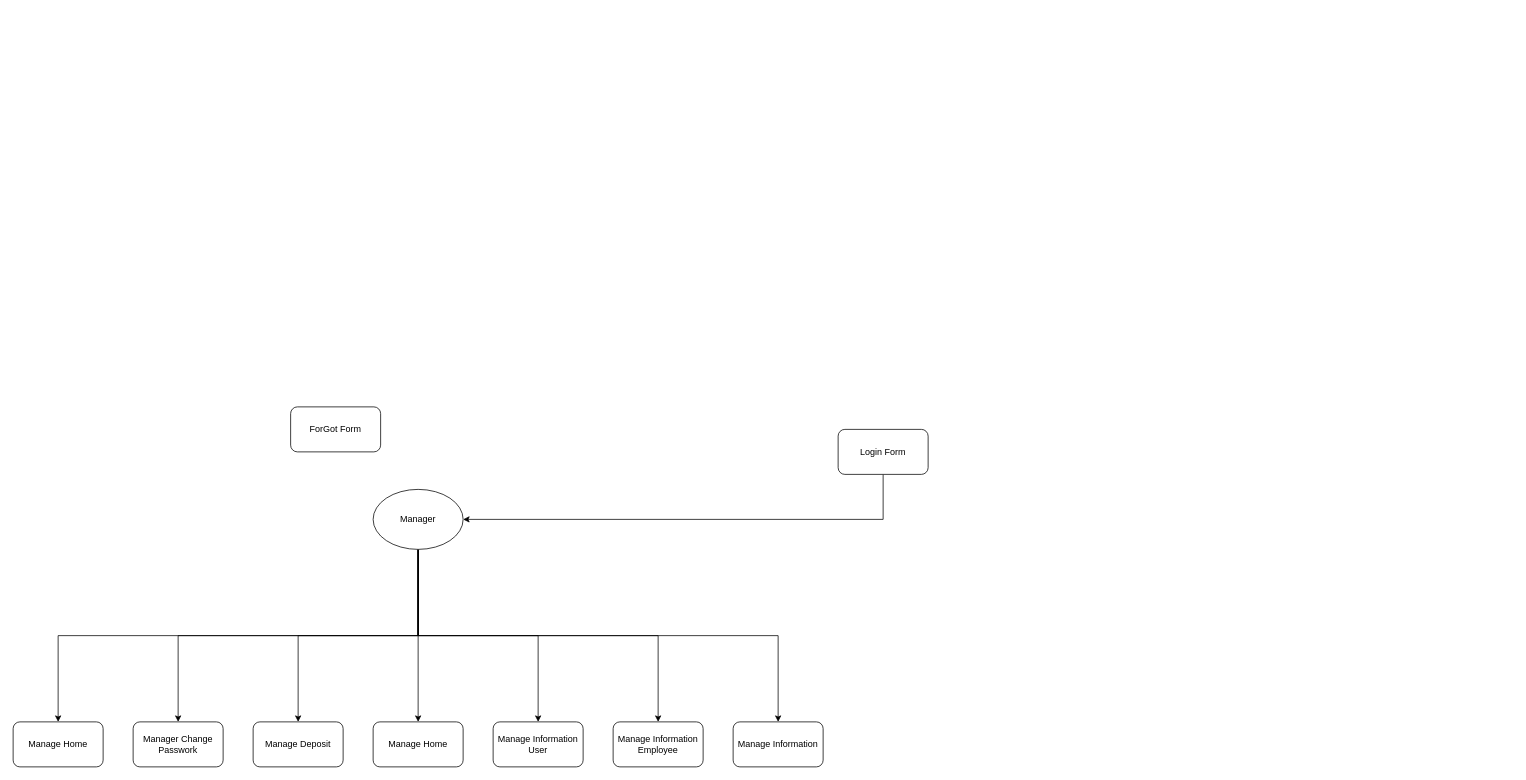
This is Winform.drawio from reality8080/iBanking, a draw.io file, before an edit. Source tidied: cells renumbered, new cells numbered last; positions are measured from the earlier drawing's top-left corner, leaving out a move shared by most shapes. Both pictures are drawn from the tidied source at 75%, with x=0, y=0 at pixel (13, 406).
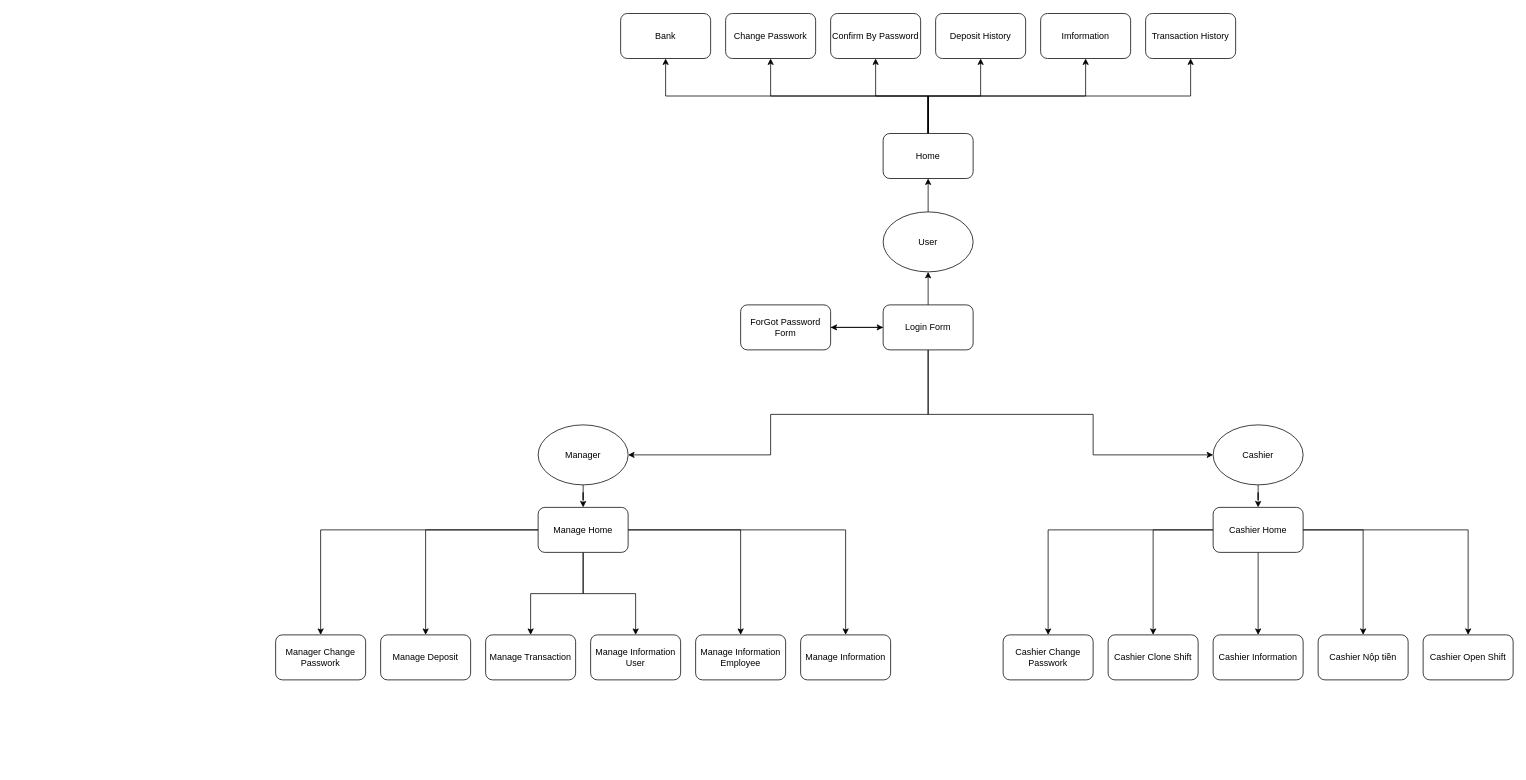
After the change.

Diff of the diagram source:
```diff
@@
     <mxCell id="2" style="edgeStyle=orthogonalEdgeStyle;rounded=0;jettySize=auto;html=1;exitX=0.5;exitY=1;exitDx=0;exitDy=0;entryX=1;entryY=0.5;entryDx=0;entryDy=0;" parent="1" edge="1" source="3" target="19">
-      <mxGeometry relative="1" as="geometry" />
+      <mxGeometry relative="1" as="geometry">
+        <Array as="points">
+          <mxPoint x="1220" y="10" />
+          <mxPoint x="1010" y="10" />
+          <mxPoint x="1010" y="64" />
+        </Array>
+      </mxGeometry>
     </mxCell>
+    <mxCell id="20" style="edgeStyle=orthogonalEdgeStyle;rounded=0;jettySize=auto;html=1;exitX=0.5;exitY=1;exitDx=0;exitDy=0;entryX=0;entryY=0.5;entryDx=0;entryDy=0;" parent="1" edge="1" source="3" target="31">
+      <mxGeometry relative="1" as="geometry">
+        <Array as="points">
+          <mxPoint x="1220" y="10" />
+          <mxPoint x="1440" y="10" />
+          <mxPoint x="1440" y="64" />
+        </Array>
+      </mxGeometry>
+    </mxCell>
+    <mxCell id="21" style="edgeStyle=orthogonalEdgeStyle;rounded=0;jettySize=auto;html=1;exitX=0.5;exitY=0;exitDx=0;exitDy=0;entryX=0.5;entryY=1;entryDx=0;entryDy=0;" parent="1" edge="1" source="3" target="44">
+      <mxGeometry relative="1" as="geometry" />
+    </mxCell>
+    <mxCell id="22" style="edgeStyle=none;rounded=0;jettySize=auto;html=1;exitX=0;exitY=0.5;exitDx=0;exitDy=0;" parent="1" edge="1" source="3" target="4">
+      <mxGeometry relative="1" as="geometry" />
+    </mxCell>
     <mxCell id="3" value="Login Form" style="rounded=1;whiteSpace=wrap;html=1;" parent="1" vertex="1">
-      <mxGeometry x="1100" y="30" width="120" height="60" as="geometry" />
+      <mxGeometry x="1160" y="-136" width="120" height="60" as="geometry" />
     </mxCell>
+    <mxCell id="23" style="edgeStyle=none;rounded=0;jettySize=auto;html=1;exitX=1;exitY=0.5;exitDx=0;exitDy=0;entryX=0;entryY=0.5;entryDx=0;entryDy=0;" parent="1" edge="1" source="4" target="3">
+      <mxGeometry relative="1" as="geometry" />
+    </mxCell>
-    <mxCell id="4" value="ForGot Form" style="rounded=1;whiteSpace=wrap;html=1;" parent="1" vertex="1">
-      <mxGeometry x="370" width="120" height="60" as="geometry" />
+    <mxCell id="4" value="ForGot Password Form" style="rounded=1;whiteSpace=wrap;html=1;" parent="1" vertex="1">
+      <mxGeometry x="970" y="-136" width="120" height="60" as="geometry" />
     </mxCell>
-    <mxCell id="5" value="Manage Home" style="rounded=1;whiteSpace=wrap;html=1;" parent="1" vertex="1">
-      <mxGeometry x="480" y="420" width="120" height="60" as="geometry" />
+    <mxCell id="5" value="Manage Transaction" style="rounded=1;whiteSpace=wrap;html=1;" parent="1" vertex="1">
+      <mxGeometry x="630" y="304" width="120" height="60" as="geometry" />
     </mxCell>
     <mxCell id="6" value="Manage Deposit" style="rounded=1;whiteSpace=wrap;html=1;" parent="1" vertex="1">
-      <mxGeometry x="320" y="420" width="120" height="60" as="geometry" />
+      <mxGeometry x="490" y="304" width="120" height="60" as="geometry" />
     </mxCell>
     <mxCell id="7" value="Manage Information User" style="rounded=1;whiteSpace=wrap;html=1;" parent="1" vertex="1">
-      <mxGeometry x="640" y="420" width="120" height="60" as="geometry" />
+      <mxGeometry x="770" y="304" width="120" height="60" as="geometry" />
     </mxCell>
+    <mxCell id="24" style="edgeStyle=orthogonalEdgeStyle;rounded=0;jettySize=auto;html=1;exitX=0.5;exitY=1;exitDx=0;exitDy=0;" parent="1" edge="1" source="8" target="5">
+      <mxGeometry relative="1" as="geometry" />
+    </mxCell>
+    <mxCell id="25" style="edgeStyle=orthogonalEdgeStyle;rounded=0;jettySize=auto;html=1;exitX=0.5;exitY=1;exitDx=0;exitDy=0;" parent="1" edge="1" source="8" target="7">
+      <mxGeometry relative="1" as="geometry" />
+    </mxCell>
+    <mxCell id="26" style="edgeStyle=orthogonalEdgeStyle;rounded=0;jettySize=auto;html=1;exitX=0;exitY=0.5;exitDx=0;exitDy=0;" parent="1" edge="1" source="8" target="6">
+      <mxGeometry relative="1" as="geometry" />
+    </mxCell>
+    <mxCell id="27" style="edgeStyle=orthogonalEdgeStyle;rounded=0;jettySize=auto;html=1;exitX=1;exitY=0.5;exitDx=0;exitDy=0;" parent="1" edge="1" source="8" target="11">
+      <mxGeometry relative="1" as="geometry" />
+    </mxCell>
+    <mxCell id="28" style="edgeStyle=orthogonalEdgeStyle;rounded=0;jettySize=auto;html=1;exitX=1;exitY=0.5;exitDx=0;exitDy=0;" parent="1" edge="1" source="8" target="10">
+      <mxGeometry relative="1" as="geometry" />
+    </mxCell>
+    <mxCell id="29" style="edgeStyle=orthogonalEdgeStyle;rounded=0;jettySize=auto;html=1;exitX=0;exitY=0.5;exitDx=0;exitDy=0;" parent="1" edge="1" source="8" target="9">
+      <mxGeometry relative="1" as="geometry" />
+    </mxCell>
     <mxCell id="8" value="Manage Home" style="rounded=1;whiteSpace=wrap;html=1;" parent="1" vertex="1">
-      <mxGeometry y="420" width="120" height="60" as="geometry" />
+      <mxGeometry x="700" y="134" width="120" height="60" as="geometry" />
     </mxCell>
     <mxCell id="9" value="Manager Change Passwork" style="rounded=1;whiteSpace=wrap;html=1;" parent="1" vertex="1">
-      <mxGeometry x="160" y="420" width="120" height="60" as="geometry" />
+      <mxGeometry x="350" y="304" width="120" height="60" as="geometry" />
     </mxCell>
     <mxCell id="10" value="Manage Information" style="rounded=1;whiteSpace=wrap;html=1;" parent="1" vertex="1">
-      <mxGeometry x="960" y="420" width="120" height="60" as="geometry" />
+      <mxGeometry x="1050" y="304" width="120" height="60" as="geometry" />
     </mxCell>
     <mxCell id="11" value="Manage Information Employee" style="rounded=1;whiteSpace=wrap;html=1;" parent="1" vertex="1">
-      <mxGeometry x="800" y="420" width="120" height="60" as="geometry" />
+      <mxGeometry x="910" y="304" width="120" height="60" as="geometry" />
     </mxCell>
-    <mxCell id="12" style="edgeStyle=orthogonalEdgeStyle;rounded=0;jettySize=auto;html=1;exitX=0.5;exitY=1;exitDx=0;exitDy=0;entryX=0.5;entryY=0;entryDx=0;entryDy=0;" parent="1" edge="1" source="19" target="5">
-      <mxGeometry relative="1" as="geometry" />
-    </mxCell>
-    <mxCell id="13" style="edgeStyle=orthogonalEdgeStyle;rounded=0;jettySize=auto;html=1;exitX=0.5;exitY=1;exitDx=0;exitDy=0;" parent="1" edge="1" source="19" target="6">
-      <mxGeometry relative="1" as="geometry" />
-    </mxCell>
-    <mxCell id="14" style="edgeStyle=orthogonalEdgeStyle;rounded=0;jettySize=auto;html=1;exitX=0.5;exitY=1;exitDx=0;exitDy=0;" parent="1" edge="1" source="19" target="7">
-      <mxGeometry relative="1" as="geometry" />
-    </mxCell>
-    <mxCell id="15" style="edgeStyle=orthogonalEdgeStyle;rounded=0;jettySize=auto;html=1;exitX=0.5;exitY=1;exitDx=0;exitDy=0;" parent="1" edge="1" source="19" target="11">
-      <mxGeometry relative="1" as="geometry" />
-    </mxCell>
-    <mxCell id="16" style="edgeStyle=orthogonalEdgeStyle;rounded=0;jettySize=auto;html=1;exitX=0.5;exitY=1;exitDx=0;exitDy=0;" parent="1" edge="1" source="19" target="10">
-      <mxGeometry relative="1" as="geometry" />
-    </mxCell>
-    <mxCell id="17" style="edgeStyle=orthogonalEdgeStyle;rounded=0;jettySize=auto;html=1;exitX=0.5;exitY=1;exitDx=0;exitDy=0;" parent="1" edge="1" source="19" target="9">
-      <mxGeometry relative="1" as="geometry" />
-    </mxCell>
@@
     <mxCell id="19" value="Manager" style="ellipse;whiteSpace=wrap;html=1;" parent="1" vertex="1">
-      <mxGeometry x="480" y="110" width="120" height="80" as="geometry" />
+      <mxGeometry x="700" y="24" width="120" height="80" as="geometry" />
     </mxCell>
+    <mxCell id="30" style="edgeStyle=orthogonalEdgeStyle;rounded=0;jettySize=auto;html=1;exitX=0.5;exitY=1;exitDx=0;exitDy=0;" parent="1" edge="1" source="31" target="39">
+      <mxGeometry relative="1" as="geometry" />
+    </mxCell>
+    <mxCell id="31" value="Cashier" style="ellipse;whiteSpace=wrap;html=1;" parent="1" vertex="1">
+      <mxGeometry x="1600" y="24" width="120" height="80" as="geometry" />
+    </mxCell>
+    <mxCell id="32" value="Cashier Clone Shift" style="rounded=1;whiteSpace=wrap;html=1;" parent="1" vertex="1">
+      <mxGeometry x="1460" y="304" width="120" height="60" as="geometry" />
+    </mxCell>
+    <mxCell id="33" value="Cashier Information" style="rounded=1;whiteSpace=wrap;html=1;" parent="1" vertex="1">
+      <mxGeometry x="1600" y="304" width="120" height="60" as="geometry" />
+    </mxCell>
+    <mxCell id="34" style="edgeStyle=orthogonalEdgeStyle;rounded=0;jettySize=auto;html=1;exitX=0.5;exitY=1;exitDx=0;exitDy=0;" parent="1" edge="1" source="39" target="33">
+      <mxGeometry relative="1" as="geometry" />
+    </mxCell>
+    <mxCell id="35" style="edgeStyle=orthogonalEdgeStyle;rounded=0;jettySize=auto;html=1;exitX=1;exitY=0.5;exitDx=0;exitDy=0;" parent="1" edge="1" source="39" target="42">
+      <mxGeometry relative="1" as="geometry" />
+    </mxCell>
+    <mxCell id="36" style="edgeStyle=orthogonalEdgeStyle;rounded=0;jettySize=auto;html=1;exitX=1;exitY=0.5;exitDx=0;exitDy=0;" parent="1" edge="1" source="39" target="41">
+      <mxGeometry relative="1" as="geometry" />
+    </mxCell>
+    <mxCell id="37" style="edgeStyle=orthogonalEdgeStyle;rounded=0;jettySize=auto;html=1;exitX=0;exitY=0.5;exitDx=0;exitDy=0;" parent="1" edge="1" source="39" target="32">
+      <mxGeometry relative="1" as="geometry" />
+    </mxCell>
+    <mxCell id="38" style="edgeStyle=orthogonalEdgeStyle;rounded=0;jettySize=auto;html=1;exitX=0;exitY=0.5;exitDx=0;exitDy=0;" parent="1" edge="1" source="39" target="40">
+      <mxGeometry relative="1" as="geometry" />
+    </mxCell>
+    <mxCell id="39" value="Cashier Home" style="rounded=1;whiteSpace=wrap;html=1;" parent="1" vertex="1">
+      <mxGeometry x="1600" y="134" width="120" height="60" as="geometry" />
+    </mxCell>
+    <mxCell id="40" value="Cashier Change Passwork" style="rounded=1;whiteSpace=wrap;html=1;" parent="1" vertex="1">
+      <mxGeometry x="1320" y="304" width="120" height="60" as="geometry" />
+    </mxCell>
+    <mxCell id="41" value="Cashier Open Shift" style="rounded=1;whiteSpace=wrap;html=1;" parent="1" vertex="1">
+      <mxGeometry x="1880" y="304" width="120" height="60" as="geometry" />
+    </mxCell>
+    <mxCell id="42" value="Cashier Nộp tiền" style="rounded=1;whiteSpace=wrap;html=1;" parent="1" vertex="1">
+      <mxGeometry x="1740" y="304" width="120" height="60" as="geometry" />
+    </mxCell>
+    <mxCell id="43" style="edgeStyle=orthogonalEdgeStyle;rounded=0;jettySize=auto;html=1;exitX=0.5;exitY=0;exitDx=0;exitDy=0;entryX=0.5;entryY=1;entryDx=0;entryDy=0;" parent="1" edge="1" source="44" target="54">
+      <mxGeometry relative="1" as="geometry" />
+    </mxCell>
+    <mxCell id="44" value="User" style="ellipse;whiteSpace=wrap;html=1;" parent="1" vertex="1">
+      <mxGeometry x="1160" y="-260" width="120" height="80" as="geometry" />
+    </mxCell>
+    <mxCell id="45" value="Confirm By Password" style="rounded=1;whiteSpace=wrap;html=1;" parent="1" vertex="1">
+      <mxGeometry x="1090" y="-524.5" width="120" height="60" as="geometry" />
+    </mxCell>
+    <mxCell id="46" value="Change Passwork" style="rounded=1;whiteSpace=wrap;html=1;" parent="1" vertex="1">
+      <mxGeometry x="950" y="-524.5" width="120" height="60" as="geometry" />
+    </mxCell>
+    <mxCell id="47" value="Deposit History" style="rounded=1;whiteSpace=wrap;html=1;" parent="1" vertex="1">
+      <mxGeometry x="1230" y="-524.5" width="120" height="60" as="geometry" />
+    </mxCell>
+    <mxCell id="48" style="edgeStyle=orthogonalEdgeStyle;rounded=0;jettySize=auto;html=1;exitX=0.5;exitY=0;exitDx=0;exitDy=0;entryX=0.5;entryY=1;entryDx=0;entryDy=0;" parent="1" edge="1" source="54" target="56">
+      <mxGeometry relative="1" as="geometry" />
+    </mxCell>
+    <mxCell id="49" style="edgeStyle=orthogonalEdgeStyle;rounded=0;jettySize=auto;html=1;exitX=0.5;exitY=0;exitDx=0;exitDy=0;entryX=0.5;entryY=1;entryDx=0;entryDy=0;" parent="1" edge="1" source="54" target="57">
+      <mxGeometry relative="1" as="geometry" />
+    </mxCell>
+    <mxCell id="50" style="edgeStyle=orthogonalEdgeStyle;rounded=0;jettySize=auto;html=1;entryX=0.5;entryY=1;entryDx=0;entryDy=0;" parent="1" edge="1" source="54" target="47">
+      <mxGeometry relative="1" as="geometry" />
+    </mxCell>
+    <mxCell id="51" style="edgeStyle=orthogonalEdgeStyle;rounded=0;jettySize=auto;html=1;exitX=0.5;exitY=0;exitDx=0;exitDy=0;entryX=0.5;entryY=1;entryDx=0;entryDy=0;" parent="1" edge="1" source="54" target="45">
+      <mxGeometry relative="1" as="geometry" />
+    </mxCell>
+    <mxCell id="52" style="edgeStyle=orthogonalEdgeStyle;rounded=0;jettySize=auto;html=1;exitX=0.5;exitY=0;exitDx=0;exitDy=0;entryX=0.5;entryY=1;entryDx=0;entryDy=0;" parent="1" edge="1" source="54" target="46">
+      <mxGeometry relative="1" as="geometry" />
+    </mxCell>
+    <mxCell id="53" style="edgeStyle=orthogonalEdgeStyle;rounded=0;jettySize=auto;html=1;exitX=0.5;exitY=0;exitDx=0;exitDy=0;entryX=0.5;entryY=1;entryDx=0;entryDy=0;" parent="1" edge="1" source="54" target="55">
+      <mxGeometry relative="1" as="geometry" />
+    </mxCell>
+    <mxCell id="54" value="Home" style="rounded=1;whiteSpace=wrap;html=1;rotation=0;" parent="1" vertex="1">
+      <mxGeometry x="1160" y="-364.5" width="120" height="60" as="geometry" />
+    </mxCell>
+    <mxCell id="55" value="Bank" style="rounded=1;whiteSpace=wrap;html=1;" parent="1" vertex="1">
+      <mxGeometry x="810" y="-524.5" width="120" height="60" as="geometry" />
+    </mxCell>
+    <mxCell id="56" value="Transaction History" style="rounded=1;whiteSpace=wrap;html=1;" parent="1" vertex="1">
+      <mxGeometry x="1510" y="-524.5" width="120" height="60" as="geometry" />
+    </mxCell>
+    <mxCell id="57" value="Imformation" style="rounded=1;whiteSpace=wrap;html=1;" parent="1" vertex="1">
+      <mxGeometry x="1370" y="-524.5" width="120" height="60" as="geometry" />
+    </mxCell>
```
